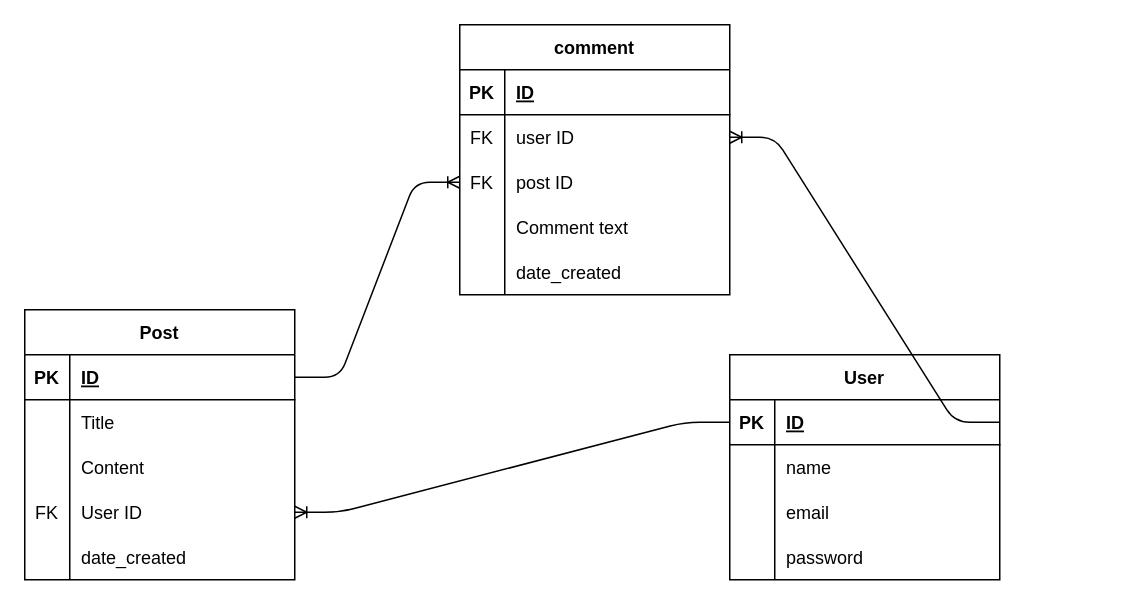
Wes217/14-Tech-Blog keeps this draw.io diagram as models/blog.dio. Above is the earlier version. Source tidied: cells renumbered, new cells numbered last; positions are measured from the earlier drawing's top-left corner, leaving out a move shared by most shapes. Both pictures are drawn from the tidied source at 150%, with x=0, y=0 at pixel (24, 24).
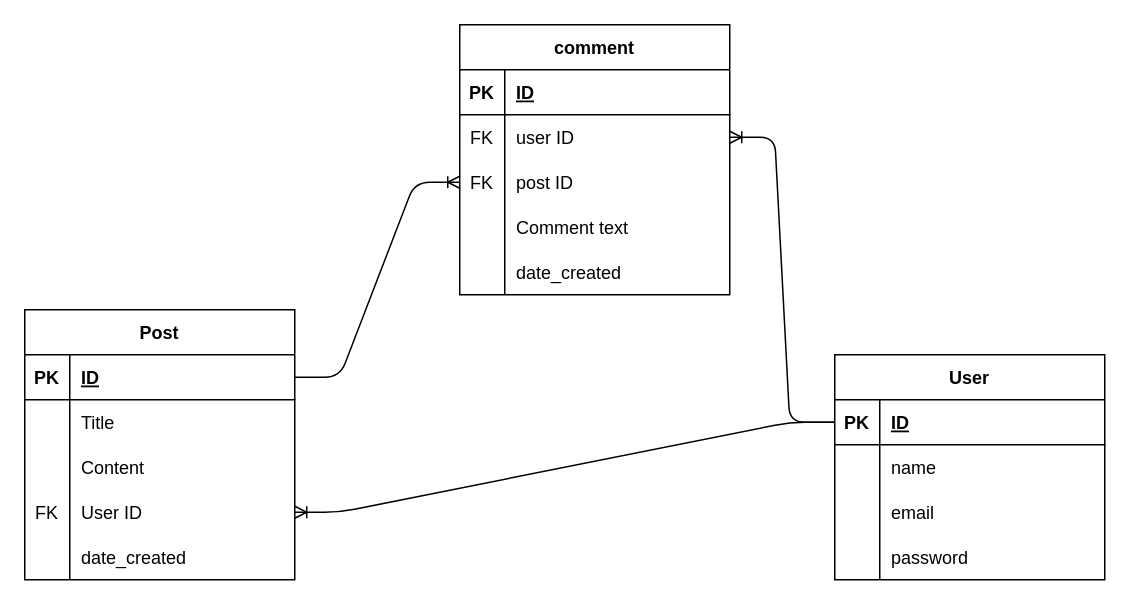
The same diagram, later.

The change refers to these unchanged cells:
```xml
<mxCell id="19" style="shape=tableRow;horizontal=0;startSize=0;swimlaneHead=0;swimlaneBody=0;fillColor=none;points=[[0,0.5],[1,0.5]];portConstraint=eastwest;top=0;left=0;right=0;bottom=1;" parent="18" vertex="1">
  <mxGeometry y="30" width="180" height="30" as="geometry" />
</mxCell>
<mxCell id="36" style="shape=tableRow;horizontal=0;startSize=0;swimlaneHead=0;swimlaneBody=0;fillColor=none;points=[[0,0.5],[1,0.5]];portConstraint=eastwest;top=0;left=0;right=0;bottom=0;" parent="32" vertex="1">
  <mxGeometry y="60" width="180" height="30" as="geometry" />
</mxCell>
```

Diff of the diagram source:
```diff
@@
     <mxCell id="18" value="User" style="shape=table;startSize=30;childLayout=tableLayout;rowLines=0;fontStyle=1;align=center;" parent="1" vertex="1">
-      <mxGeometry x="470" y="220" width="180" height="150" as="geometry" />
+      <mxGeometry x="540" y="220" width="180" height="150" as="geometry" />
     </mxCell>
@@
-    <mxCell id="49" style="edgeStyle=entityRelationEdgeStyle;fontSize=12;html=1;endArrow=ERoneToMany;exitX=1;exitY=0.5;exitDx=0;exitDy=0;entryX=1;entryY=0.5;entryDx=0;entryDy=0;" parent="1" edge="1" source="19" target="36">
+    <mxCell id="49" style="edgeStyle=entityRelationEdgeStyle;fontSize=12;html=1;endArrow=ERoneToMany;entryX=1;entryY=0.5;entryDx=0;entryDy=0;exitX=0;exitY=0.5;exitDx=0;exitDy=0;" parent="1" edge="1" source="19" target="36">
       <mxGeometry relative="1" as="geometry" />
     </mxCell>
```
